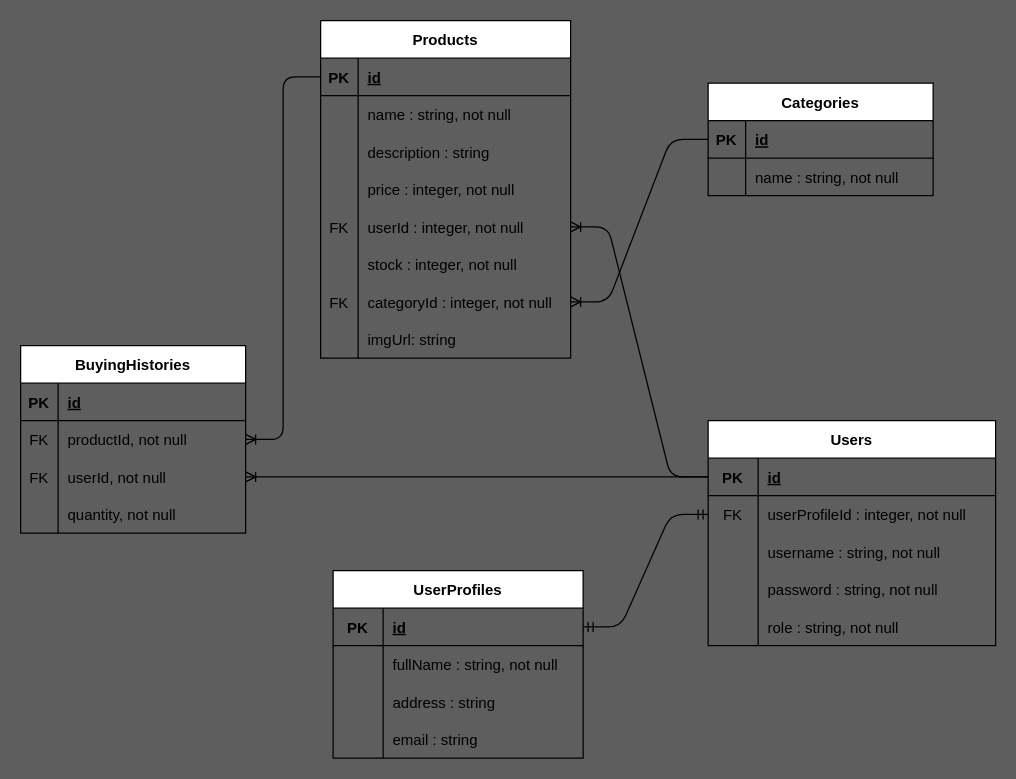
Above: schema_ecommerce.drawio in IngridSurya/PH1-PP-Ecommerce (draw.io), before the change. Source tidied: cells renumbered, new cells numbered last; positions are measured from the earlier drawing's top-left corner, leaving out a move shared by most shapes. Both pictures are drawn from the tidied source at 125%, with x=0, y=0 at pixel (20, 20).
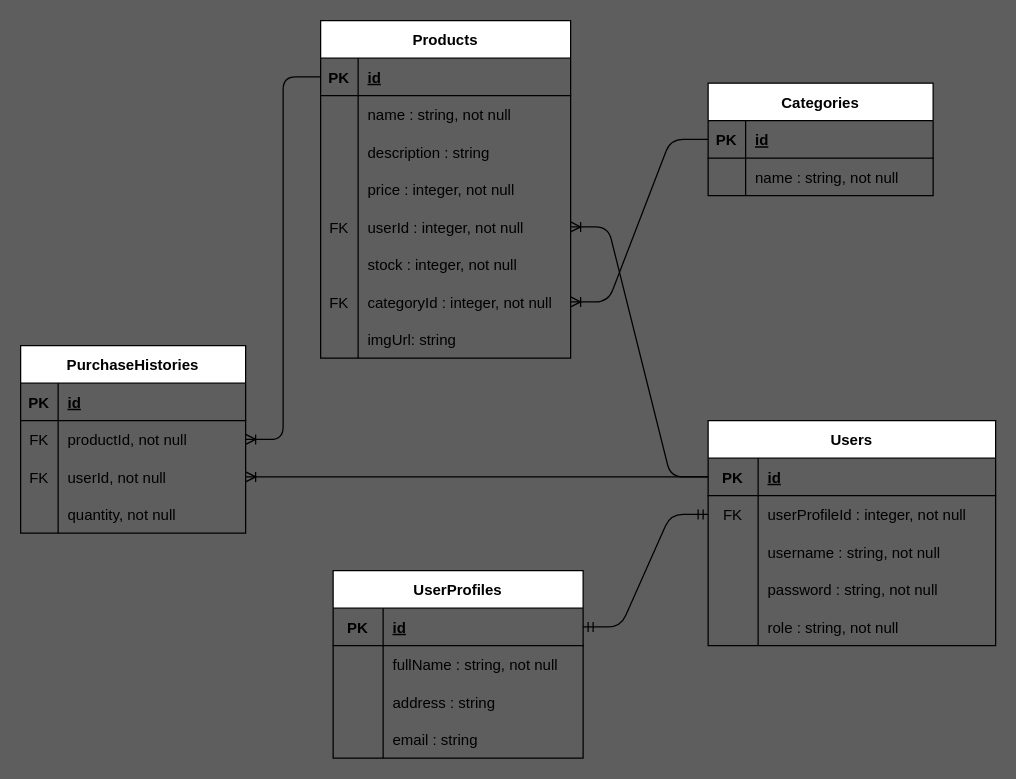
After the change.

Change to the diagram source:
```diff
@@
-    <mxCell id="50" value="BuyingHistories" style="shape=table;startSize=30;childLayout=tableLayout;rowLines=0;fontStyle=1;align=center;" parent="1" vertex="1">
+    <mxCell id="50" value="PurchaseHistories" style="shape=table;startSize=30;childLayout=tableLayout;rowLines=0;fontStyle=1;align=center;" parent="1" vertex="1">
       <mxGeometry y="260" width="180" height="150" as="geometry" />
     </mxCell>
```
